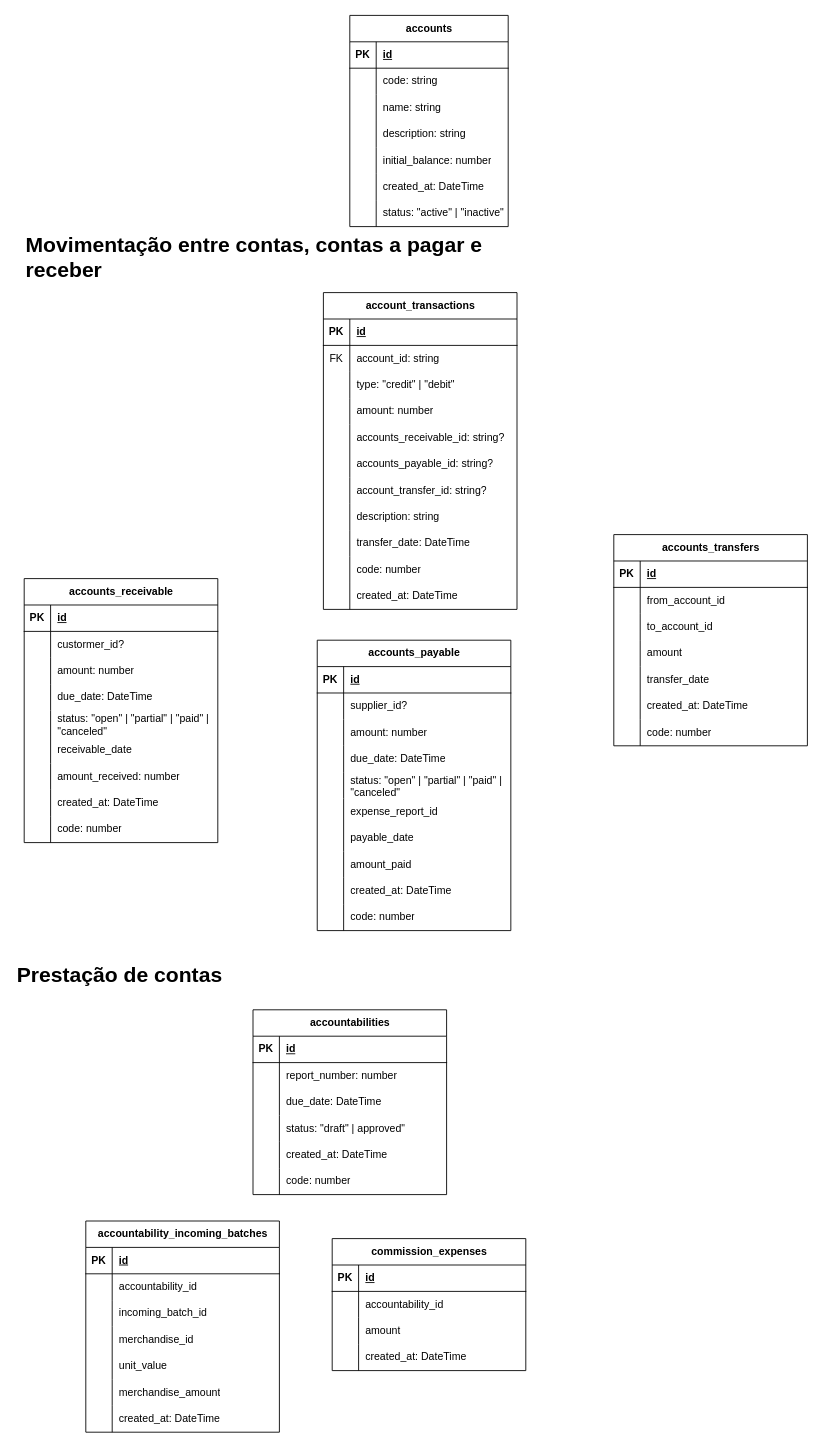
Above: Maanain-Roles.drawio in eldoncosta1/diagrams (draw.io), before the change. Source tidied: cells renumbered, new cells numbered last; positions are measured from the earlier drawing's top-left corner, leaving out a move shared by most shapes. Both pictures are drawn from the tidied source at 88%, with x=0, y=0 at pixel (15, 15).
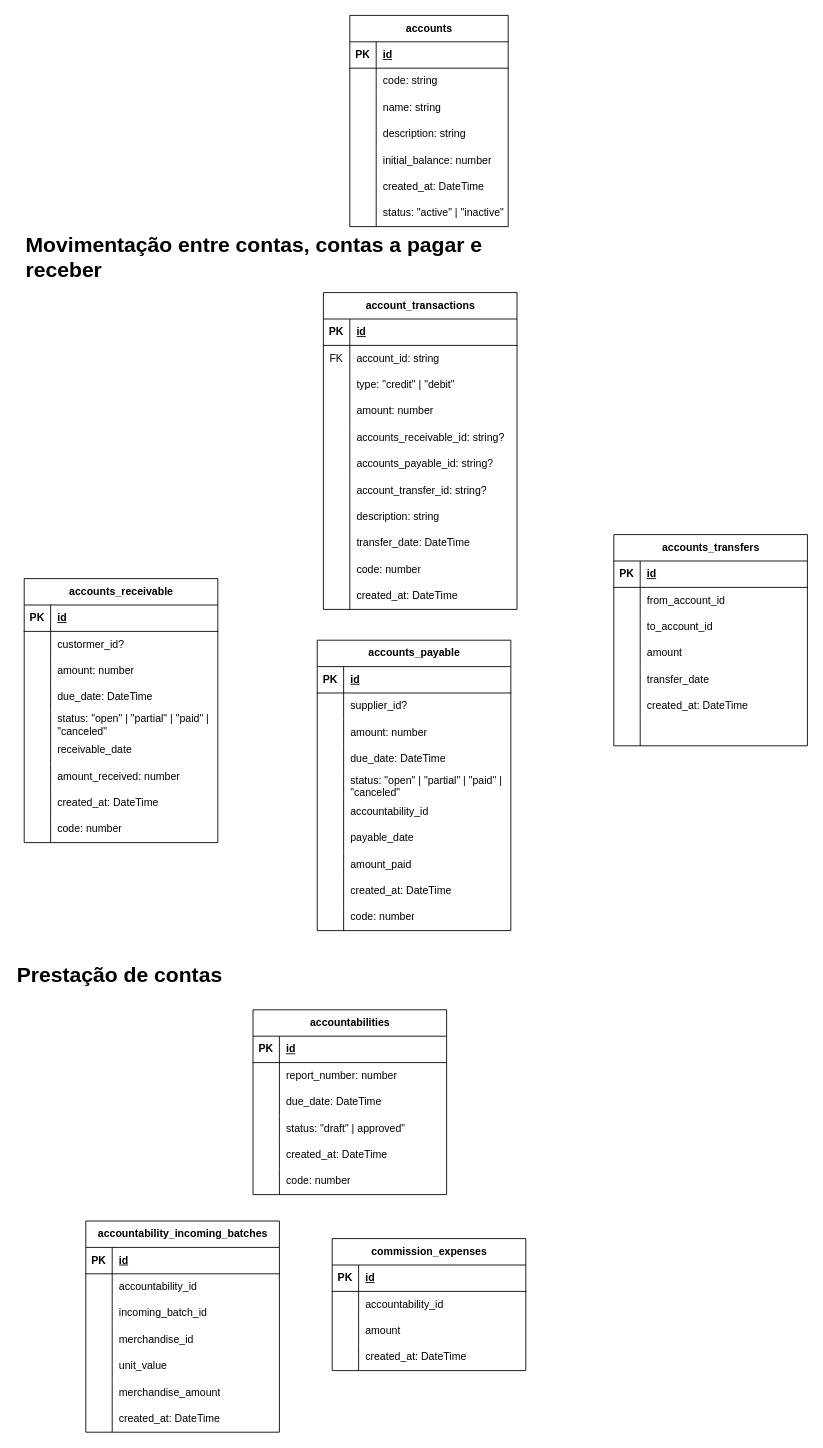
The same page after the edit.

Unchanged cells that the change refers to:
```xml
<mxCell id="102" style="shape=tableRow;horizontal=0;startSize=0;swimlaneHead=0;swimlaneBody=0;fillColor=none;top=0;left=0;right=0;bottom=0;" parent="86" vertex="1">
  <mxGeometry y="180" width="220" height="30" as="geometry" />
</mxCell>
<mxCell id="136" style="shape=tableRow;horizontal=0;startSize=0;swimlaneHead=0;swimlaneBody=0;fillColor=none;top=0;left=0;right=0;bottom=0;" parent="117" vertex="1">
  <mxGeometry y="210" width="220" height="30" as="geometry" />
</mxCell>
```

Diff of the diagram source:
```diff
@@
-    <mxCell id="104" value="expense_report_id" style="shape=partialRectangle;fillColor=none;top=0;left=0;bottom=0;right=0;align=left;spacingLeft=6;overflow=hidden;whiteSpace=wrap;html=1;" parent="102" vertex="1">
+    <mxCell id="104" value="accountability_id" style="shape=partialRectangle;fillColor=none;top=0;left=0;bottom=0;right=0;align=left;spacingLeft=6;overflow=hidden;whiteSpace=wrap;html=1;" parent="102" vertex="1">
       <mxGeometry x="30" width="190" height="30" as="geometry" />
     </mxCell>
@@
-    <mxCell id="138" value="code: number" style="shape=partialRectangle;fillColor=none;top=0;left=0;bottom=0;right=0;align=left;spacingLeft=6;overflow=hidden;whiteSpace=wrap;html=1;" parent="136" vertex="1">
+    <mxCell id="138" style="shape=partialRectangle;fillColor=none;top=0;left=0;bottom=0;right=0;align=left;spacingLeft=6;overflow=hidden;whiteSpace=wrap;html=1;" parent="136" vertex="1">
       <mxGeometry x="30" width="190" height="30" as="geometry" />
     </mxCell>
```
